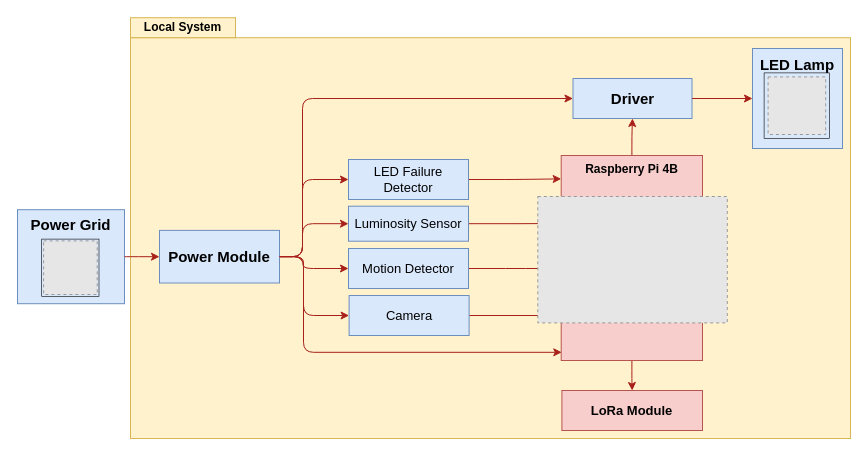
ESRGgroup9/slipad keeps this draw.io diagram as page "local_hw_arch" (4 of 8) of project/report/flowcharts/system_overview.drawio. Above is the earlier version. Source tidied: cells renumbered, new cells numbered last; positions are measured from the earlier drawing's top-left corner, leaving out a move shared by most shapes. Both pictures are drawn from the tidied source at 100%, with x=0, y=0 at pixel (17, 17). Pictures stored in the file or linked from it are replaced by grey dashed boxes.
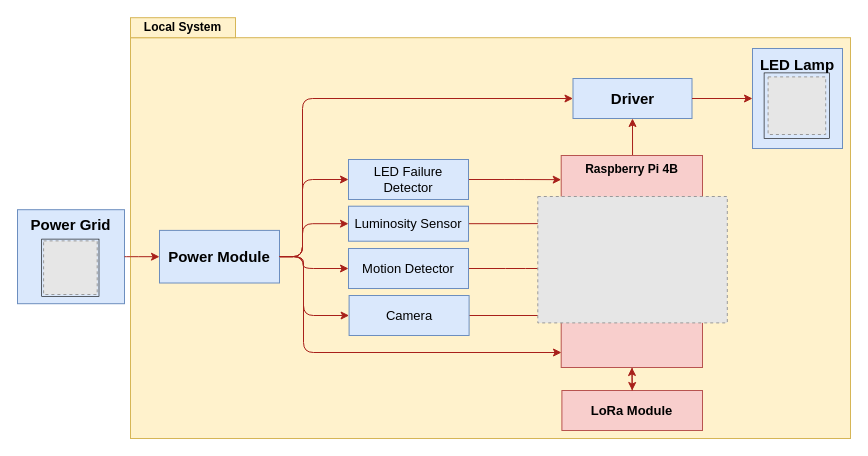
Above is the later version.

Unchanged cells that the change refers to:
```xml
<mxCell id="16" value="&lt;div style=&quot;font-size: 15px&quot;&gt;Driver&lt;/div&gt;" style="rounded=0;whiteSpace=wrap;html=1;fillColor=#dae8fc;strokeColor=#6c8ebf;fontColor=default;fontSize=15;verticalAlign=middle;fontStyle=1;align=center;" parent="1" vertex="1">
  <mxGeometry x="555.5" y="61" width="119" height="40" as="geometry" />
</mxCell>
<mxCell id="26" value="Power Module" style="rounded=0;whiteSpace=wrap;html=1;fillColor=#dae8fc;strokeColor=#6c8ebf;fontColor=default;fontStyle=1;verticalAlign=middle;fontSize=15;" parent="1" vertex="1">
  <mxGeometry x="142" y="212.9" width="120" height="52.6" as="geometry" />
</mxCell>
<mxCell id="32" value="LoRa Module" style="text;html=1;strokeColor=#b85450;fillColor=#f8cecc;align=center;verticalAlign=middle;whiteSpace=wrap;rounded=0;sketch=0;fontSize=13;strokeWidth=1;fontStyle=1;" parent="1" vertex="1">
  <mxGeometry x="544.4" y="373" width="140.6" height="40" as="geometry" />
</mxCell>
```

The edit, as a diff of the source:
```diff
@@
-    <mxCell id="4" style="edgeStyle=orthogonalEdgeStyle;rounded=1;jettySize=auto;html=1;entryX=0.5;entryY=1;entryDx=0;entryDy=0;strokeColor=#A8201A;fontSize=10;labelBackgroundColor=none;" parent="1" edge="1" source="6" target="16">
+    <mxCell id="4" style="edgeStyle=orthogonalEdgeStyle;rounded=1;jettySize=auto;html=1;entryX=0.5;entryY=1;entryDx=0;entryDy=0;strokeColor=#A8201A;fontSize=10;labelBackgroundColor=none;exitX=0.505;exitY=0;exitDx=0;exitDy=0;exitPerimeter=0;" parent="1" edge="1" source="6" target="16">
       <mxGeometry as="geometry">
         <mxPoint x="16" as="offset" />
       </mxGeometry>
     </mxCell>
     <mxCell id="5" style="edgeStyle=orthogonalEdgeStyle;rounded=1;jettySize=auto;html=1;entryX=0.5;entryY=0;entryDx=0;entryDy=0;labelBackgroundColor=none;fontSize=10;strokeColor=#A8201A;verticalAlign=middle;" parent="1" edge="1" source="6" target="32">
       <mxGeometry x="-0.01" y="-13" relative="1" as="geometry">
+        <Array as="points">
+          <mxPoint x="614" y="370" />
+        </Array>
         <mxPoint x="26" as="offset" />
       </mxGeometry>
     </mxCell>
     <mxCell id="6" value="Raspberry Pi 4B" style="rounded=0;whiteSpace=wrap;html=1;fillColor=#f8cecc;strokeColor=#b85450;fontColor=default;verticalAlign=top;fontStyle=1;" parent="1" vertex="1">
-      <mxGeometry x="543.7" y="138" width="141.3" height="205" as="geometry" />
+      <mxGeometry x="543.7" y="138" width="141.3" height="212" as="geometry" />
     </mxCell>
@@
-    <mxCell id="33" style="edgeStyle=orthogonalEdgeStyle;rounded=1;jettySize=auto;html=1;strokeColor=#A8201A;exitX=1;exitY=0.5;exitDx=0;exitDy=0;entryX=0.004;entryY=0.96;entryDx=0;entryDy=0;entryPerimeter=0;" parent="1" edge="1" source="26" target="6">
+    <mxCell id="33" style="edgeStyle=orthogonalEdgeStyle;rounded=1;jettySize=auto;html=1;strokeColor=#A8201A;exitX=1;exitY=0.5;exitDx=0;exitDy=0;" parent="1" edge="1" source="26">
       <mxGeometry relative="1" as="geometry">
+        <mxPoint x="544" y="335" as="targetPoint" />
         <Array as="points">
           <mxPoint x="286" y="239" />
           <mxPoint x="286" y="335" />
         </Array>
       </mxGeometry>
     </mxCell>
@@
+    <mxCell id="36" style="edgeStyle=orthogonalEdgeStyle;rounded=1;jettySize=auto;html=1;entryX=0.5;entryY=1;entryDx=0;entryDy=0;labelBackgroundColor=none;fontSize=10;strokeColor=#A8201A;verticalAlign=middle;exitX=0.5;exitY=0;exitDx=0;exitDy=0;" parent="1" edge="1" source="32" target="6">
+      <mxGeometry x="-0.01" y="-13" relative="1" as="geometry">
+        <mxPoint x="26" as="offset" />
+      </mxGeometry>
+    </mxCell>
```
